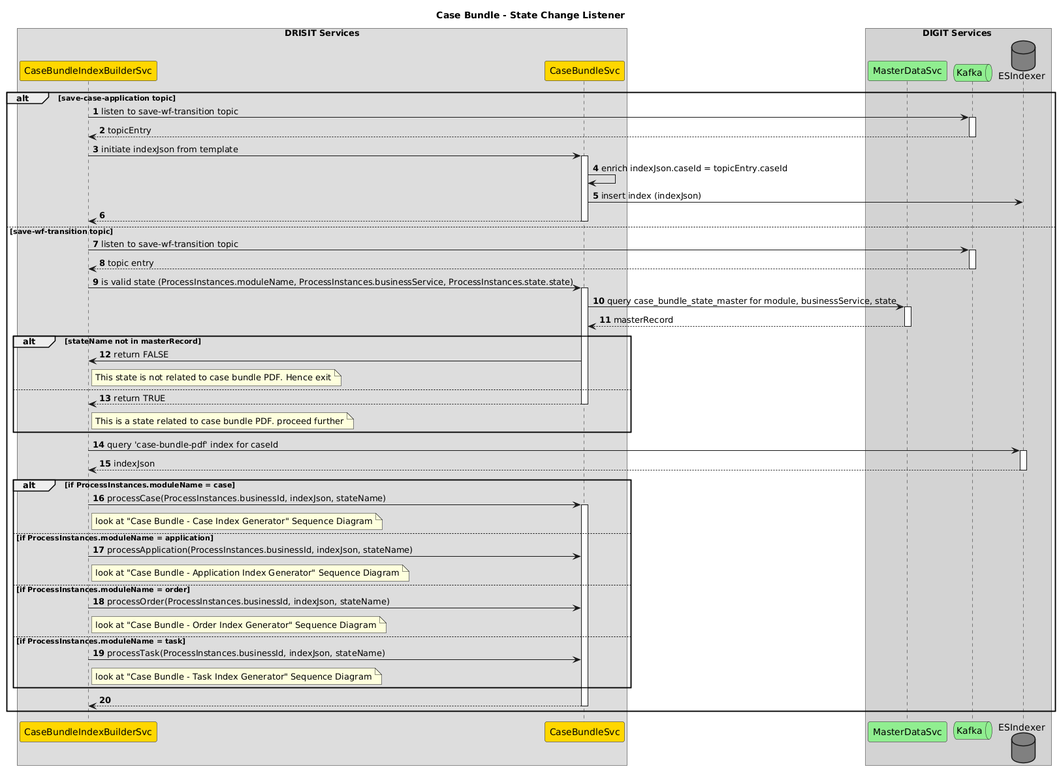
Above: docs/casebundle/sequencediagrams/diagrams/casebundle-statelistener.png in pucardotorg/dristi-solutions (PlantUML), before the change.
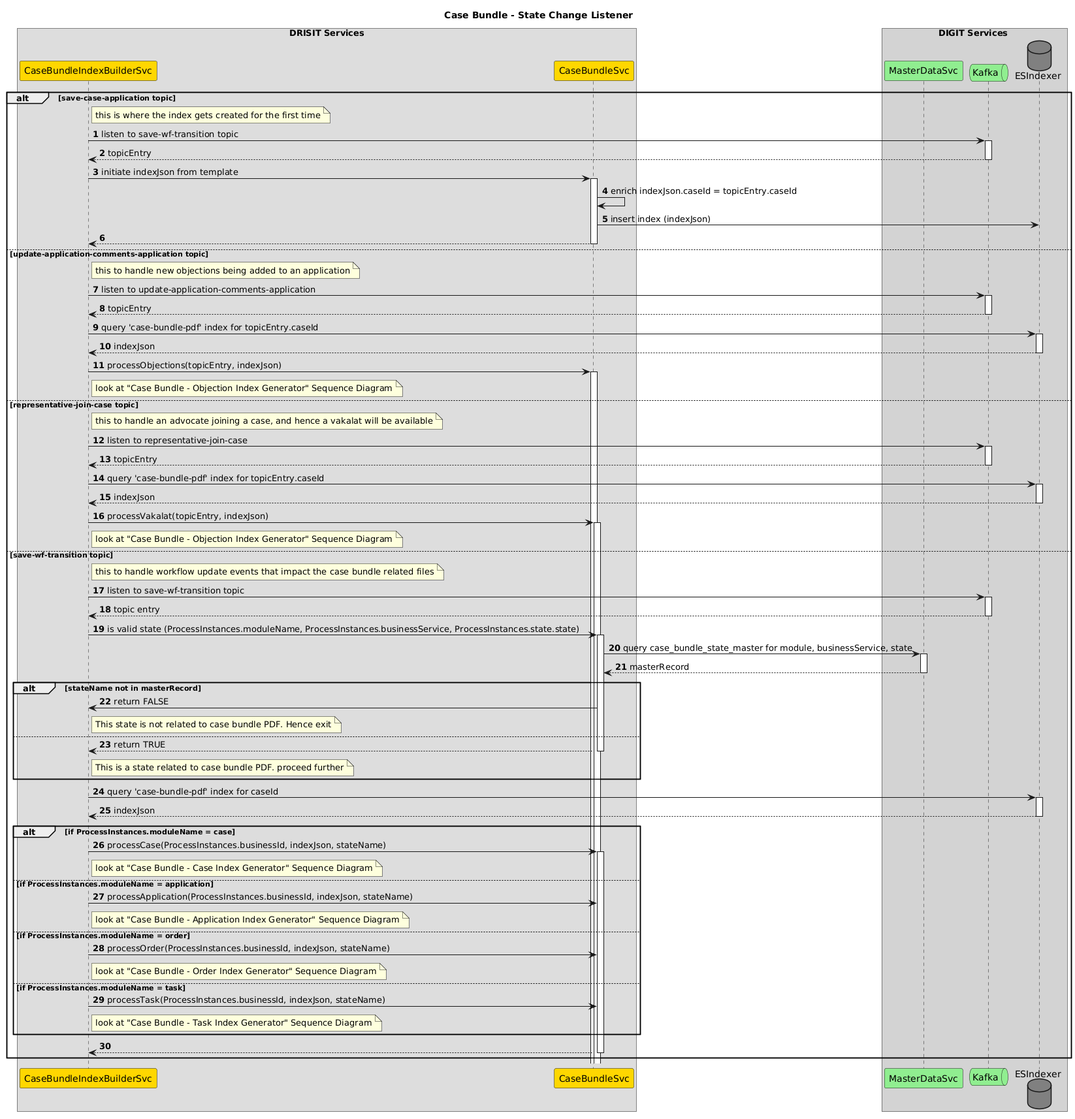
The same diagram one commit later.

Commit message:
vakalat, objection generators added

Change to the diagram source:
```diff
@@ -17,46 +17,62 @@
 
 
 alt save-case-application topic
+  note right of CBIBS: this is where the index gets created for the first time
   CBIBS->K++: listen to save-wf-transition topic
   return topicEntry
   CBIBS ->CBS ++: initiate indexJson from template
   CBS->CBS: enrich indexJson.caseId = topicEntry.caseId
   CBS->ES: insert index (indexJson)
   return
+else update-application-comments-application topic
+  note right of CBIBS: this to handle new objections being added to an application
+  CBIBS->K++: listen to update-application-comments-application
+  return topicEntry
+  CBIBS->ES++: query 'case-bundle-pdf' index for topicEntry.caseId
+  return indexJson
+  CBIBS->CBS++ : processObjections(topicEntry, indexJson)
+  note right of CBIBS: look at "Case Bundle - Objection Index Generator" Sequence Diagram
+else representative-join-case topic
+  note right of CBIBS: this to handle an advocate joining a case, and hence a vakalat will be available
+  CBIBS->K++: listen to representative-join-case
+  return topicEntry
+  CBIBS->ES++: query 'case-bundle-pdf' index for topicEntry.caseId
+  return indexJson
+  CBIBS->CBS++ : processVakalat(topicEntry, indexJson)
+  note right of CBIBS: look at "Case Bundle - Objection Index Generator" Sequence Diagram
 else save-wf-transition topic
+  note right of CBIBS: this to handle workflow update events that impact the case bundle related files
+  CBIBS->K++: listen to save-wf-transition topic
+  return topic entry
 
-CBIBS->K++: listen to save-wf-transition topic
-return topic entry
+  CBIBS ->CBS ++: is valid state (ProcessInstances.moduleName, ProcessInstances.businessService, ProcessInstances.state.state)
+  CBS ->MDS++: query case_bundle_state_master for module, businessService, state
+  return masterRecord
 
-CBIBS ->CBS ++: is valid state (ProcessInstances.moduleName, ProcessInstances.businessService, ProcessInstances.state.state)
-CBS ->MDS++: query case_bundle_state_master for module, businessService, state
-return masterRecord
+  alt stateName not in masterRecord
+    CBS ->CBIBS : return FALSE
+    note right of CBIBS : This state is not related to case bundle PDF. Hence exit
+  else
+    return return TRUE
+    note right of CBIBS : This is a state related to case bundle PDF. proceed further
+  end
 
-alt stateName not in masterRecord
-  CBS ->CBIBS : return FALSE
-  note right of CBIBS : This state is not related to case bundle PDF. Hence exit
-else
-  return return TRUE
-  note right of CBIBS : This is a state related to case bundle PDF. proceed further
-end
+  CBIBS->ES++: query 'case-bundle-pdf' index for caseId
+  return indexJson
 
-
-CBIBS->ES++: query 'case-bundle-pdf' index for caseId
-return indexJson
-
-alt if ProcessInstances.moduleName = case
-  CBIBS->CBS++ : processCase(ProcessInstances.businessId, indexJson, stateName)
-  note right of CBIBS : look at "Case Bundle - Case Index Generator" Sequence Diagram
-else if ProcessInstances.moduleName = application
-  CBIBS->CBS : processApplication(ProcessInstances.businessId, indexJson, stateName)
-  note right of CBIBS: look at "Case Bundle - Application Index Generator" Sequence Diagram
-else if ProcessInstances.moduleName = order
-  CBIBS->CBS : processOrder(ProcessInstances.businessId, indexJson, stateName)
-  note right of CBIBS: look at "Case Bundle - Order Index Generator" Sequence Diagram
-else if ProcessInstances.moduleName = task
-  CBIBS->CBS : processTask(ProcessInstances.businessId, indexJson, stateName)
-  note right of CBIBS: look at "Case Bundle - Task Index Generator" Sequence Diagram
-end
-return
+  alt if ProcessInstances.moduleName = case
+    CBIBS->CBS++ : processCase(ProcessInstances.businessId, indexJson, stateName)
+    note right of CBIBS : look at "Case Bundle - Case Index Generator" Sequence Diagram
+  else if ProcessInstances.moduleName = application
+    CBIBS->CBS : processApplication(ProcessInstances.businessId, indexJson, stateName)
+    note right of CBIBS: look at "Case Bundle - Application Index Generator" Sequence Diagram
+  else if ProcessInstances.moduleName = order
+    CBIBS->CBS : processOrder(ProcessInstances.businessId, indexJson, stateName)
+    note right of CBIBS: look at "Case Bundle - Order Index Generator" Sequence Diagram
+  else if ProcessInstances.moduleName = task
+    CBIBS->CBS : processTask(ProcessInstances.businessId, indexJson, stateName)
+    note right of CBIBS: look at "Case Bundle - Task Index Generator" Sequence Diagram
+  end
+  return
 end
 @enduml
```
